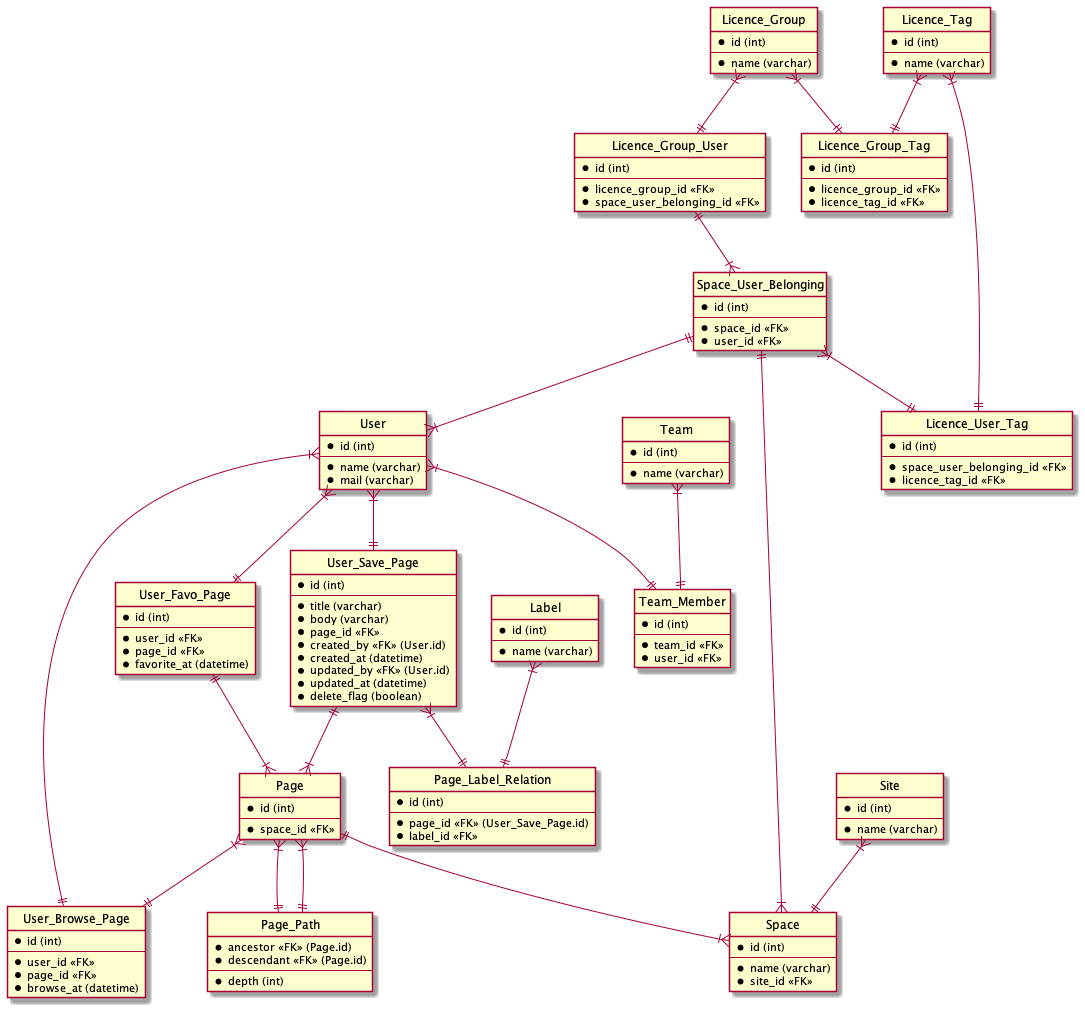
Before: 31/db/database-design-1.png, a diagram exported from PlantUML (kooooichi24/praha-challenge-pair-1a). The source it was exported from:
```plantuml
@startuml database-design-1

hide circle

entity User_Save_Page {
  *id (int)
  --
  *title (varchar)
  *body (varchar)
  *page_id <<FK>>
  *created_by <<FK>> (User.id)
  *created_at (datetime)
  *updated_by <<FK>> (User.id)
  *updated_at (datetime)
  *delete_flag (boolean)
}

entity User_Browse_Page {
  *id (int)
  --
  *user_id <<FK>>
  *page_id <<FK>>
  *browse_at (datetime)
}

entity User_Favo_Page {
  *id (int)
  --
  *user_id <<FK>>
  *page_id <<FK>>
  *favorite_at (datetime)
}

entity User {
  *id (int)
  --
  *name (varchar)
  *mail (varchar)
}

entity Team {
  *id (int)
  --
  *name (varchar)
}

entity Team_Member {
  *id (int)
  --
  *team_id <<FK>>
  *user_id <<FK>>
}

entity Site {
  *id (int)
  --
  *name (varchar)
}

entity Space {
  *id (int)
  --
  *name (varchar)
  *site_id <<FK>>
}

entity Page {
  *id (int)
  --
  *space_id <<FK>>
}

entity Page_Path {
  *ancestor <<FK>> (Page.id)
  *descendant <<FK>> (Page.id)
  --
  *depth (int)
}

entity Space_User_Belonging {
  *id (int)
  --
  *space_id <<FK>>
  *user_id <<FK>>
}

entity Label {
  *id (int)
  --
  *name (varchar)
}

entity Page_Label_Relation {
  *id (int)
  --
  *page_id <<FK>> (User_Save_Page.id)
  *label_id <<FK>>
}

entity Licence_Group {
  *id (int)
  --
  *name (varchar)
}

entity Licence_Tag {
  *id (int)
  --
  *name (varchar)
}

entity Licence_Group_Tag {
  *id (int)
  --
  *licence_group_id <<FK>>
  *licence_tag_id <<FK>>
}

entity Licence_Group_User {
  *id (int)
  --
  *licence_group_id <<FK>>
  *space_user_belonging_id <<FK>>
}

entity Licence_User_Tag {
  *id (int)
  --
  *space_user_belonging_id <<FK>>
  *licence_tag_id <<FK>>
}


Site }|--|| Space
Space }|-u-|| Page
User }|-u-|| Space_User_Belonging
Space }|--|| Space_User_Belonging
User }|--|| Team_Member
Team }|--|| Team_Member
Page }|--|| Page_Path
Page }|--|| Page_Path
User }|--|| User_Save_Page
Page }|-u-|| User_Save_Page
User }|--|| User_Favo_Page
Page }|-u-|| User_Favo_Page
User }|--|| User_Browse_Page
Page }|--|| User_Browse_Page
Label }|--|| Page_Label_Relation
User_Save_Page }|--|| Page_Label_Relation
Licence_Group }|--|| Licence_Group_Tag
Licence_Tag }|--|| Licence_Group_Tag
Licence_Group }|--|| Licence_Group_User
Space_User_Belonging }|-u-|| Licence_Group_User
Space_User_Belonging }|--|| Licence_User_Tag
Licence_Tag }|--|| Licence_User_Tag


@enduml
```
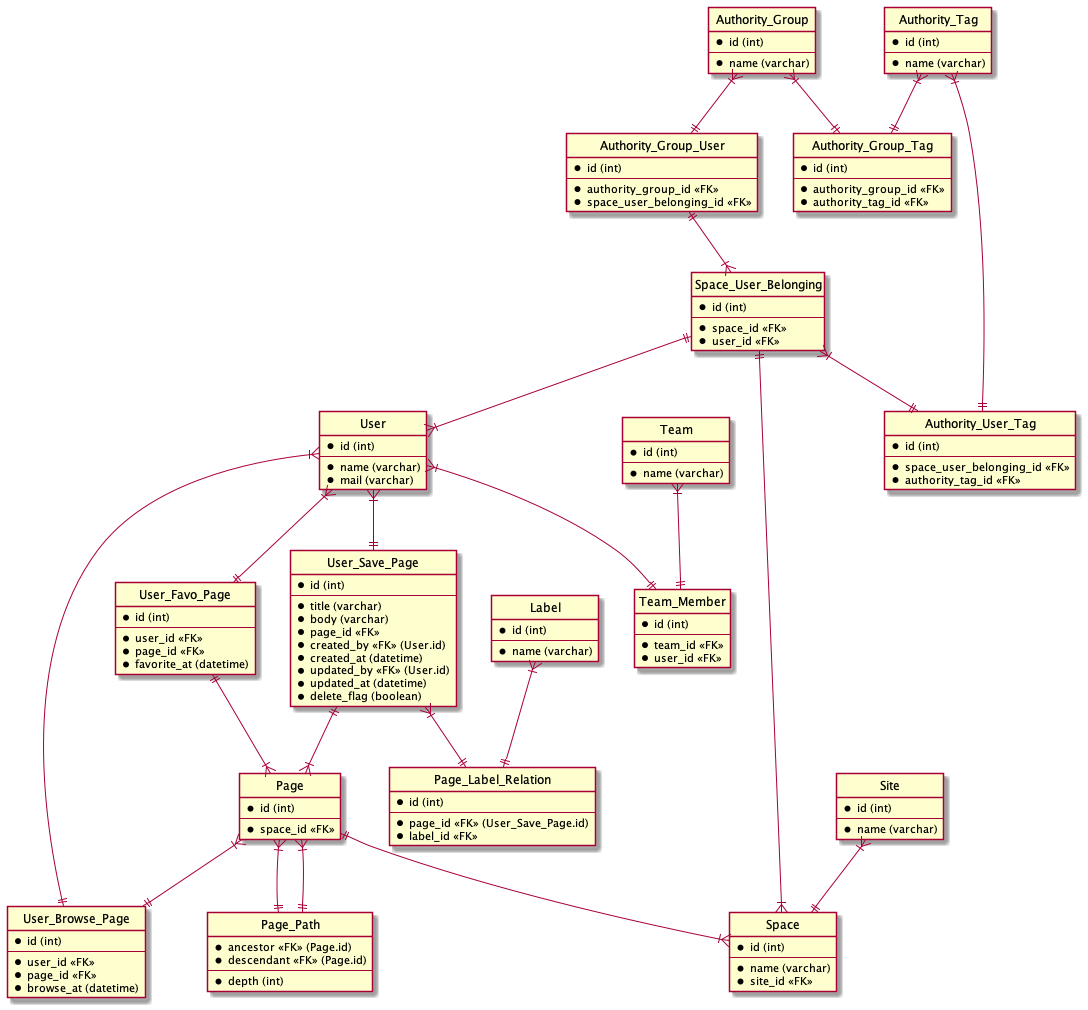
The same file after the commit.

Diff of the diagram source:
```diff
@@ -97,37 +97,37 @@
   *label_id <<FK>>
 }
 
-entity Licence_Group {
+entity Authority_Group {
   *id (int)
   --
   *name (varchar)
 }
 
-entity Licence_Tag {
+entity Authority_Tag {
   *id (int)
   --
   *name (varchar)
 }
 
-entity Licence_Group_Tag {
+entity Authority_Group_Tag {
   *id (int)
   --
-  *licence_group_id <<FK>>
-  *licence_tag_id <<FK>>
+  *authority_group_id <<FK>>
+  *authority_tag_id <<FK>>
 }
 
-entity Licence_Group_User {
+entity Authority_Group_User {
   *id (int)
   --
-  *licence_group_id <<FK>>
+  *authority_group_id <<FK>>
   *space_user_belonging_id <<FK>>
 }
 
-entity Licence_User_Tag {
+entity Authority_User_Tag {
   *id (int)
   --
   *space_user_belonging_id <<FK>>
-  *licence_tag_id <<FK>>
+  *authority_tag_id <<FK>>
 }
 
 
@@ -147,12 +147,12 @@
 Page }|--|| User_Browse_Page
 Label }|--|| Page_Label_Relation
 User_Save_Page }|--|| Page_Label_Relation
-Licence_Group }|--|| Licence_Group_Tag
-Licence_Tag }|--|| Licence_Group_Tag
-Licence_Group }|--|| Licence_Group_User
-Space_User_Belonging }|-u-|| Licence_Group_User
-Space_User_Belonging }|--|| Licence_User_Tag
-Licence_Tag }|--|| Licence_User_Tag
+Authority_Group }|--|| Authority_Group_Tag
+Authority_Tag }|--|| Authority_Group_Tag
+Authority_Group }|--|| Authority_Group_User
+Space_User_Belonging }|-u-|| Authority_Group_User
+Space_User_Belonging }|--|| Authority_User_Tag
+Authority_Tag }|--|| Authority_User_Tag
 
 
 @enduml
```
